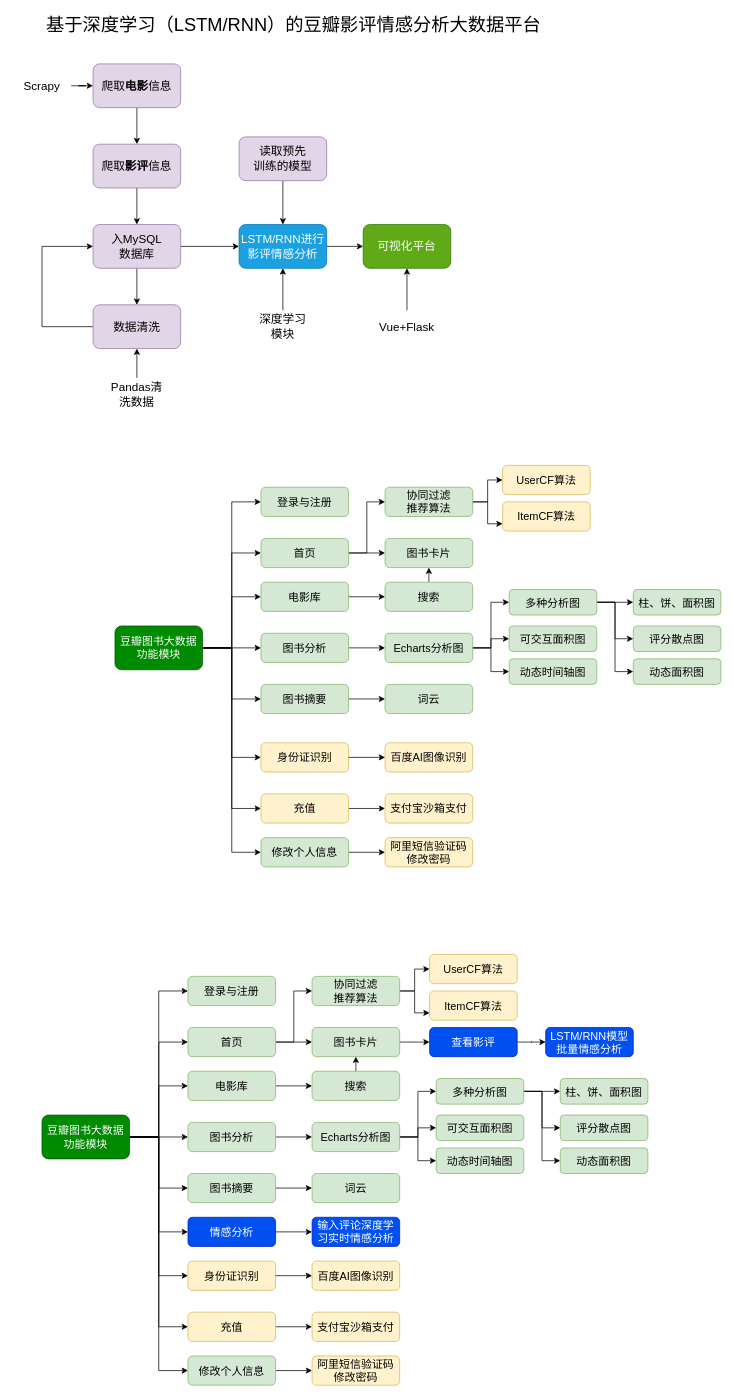
Before: 豆瓣图书大数据.drawio in redcomet88/DRAW, a draw.io diagram. Source tidied: cells renumbered, new cells numbered last; positions are measured from the earlier drawing's top-left corner, leaving out a move shared by most shapes. Both pictures are drawn from the tidied source at 73%, with x=0, y=0 at pixel (12, 12).
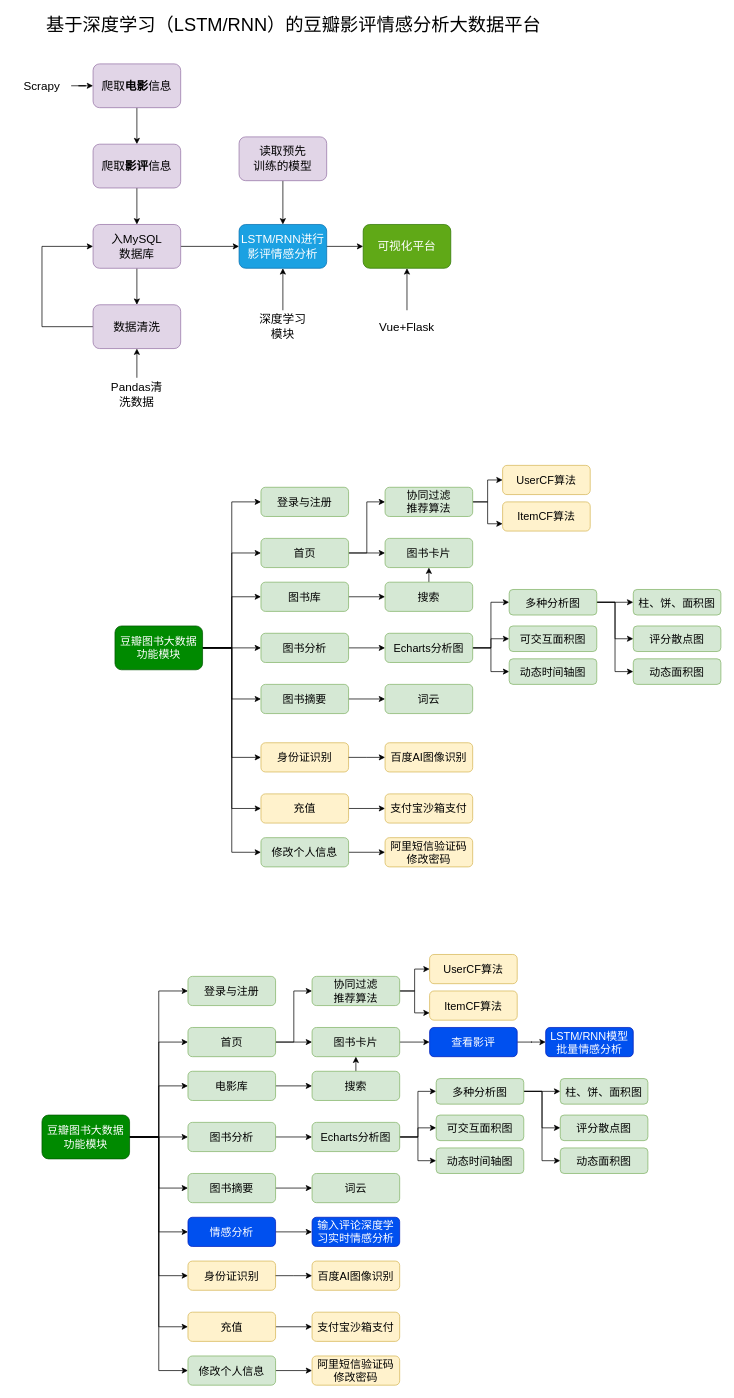
Above is the later version.

Commit message (it also covers changes not shown here):
Update 豆瓣图书大数据.drawio

The edit, as a diff of the source:
```diff
@@
-    <mxCell id="50" value="电影库" style="rounded=1;whiteSpace=wrap;html=1;fontSize=15;fillColor=#d5e8d4;strokeColor=#82b366;" parent="1" vertex="1">
+    <mxCell id="50" value="图书库" style="rounded=1;whiteSpace=wrap;html=1;fontSize=15;fillColor=#d5e8d4;strokeColor=#82b366;" parent="1" vertex="1">
       <mxGeometry x="340" y="780" width="120" height="40" as="geometry" />
     </mxCell>
```
